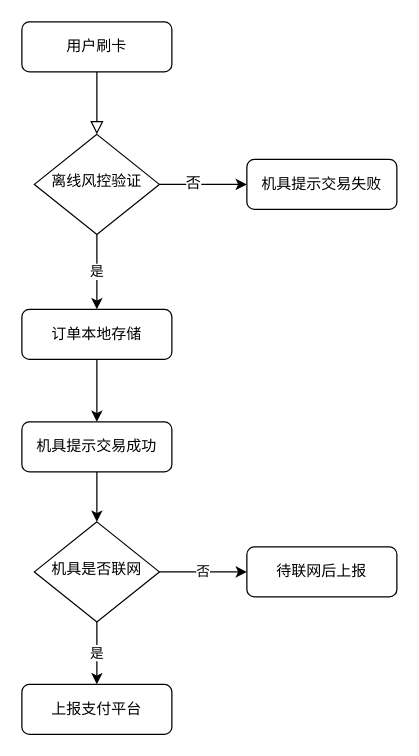
cybfly/SkyWalker keeps this draw.io diagram as 未命名绘图.drawio. Above is the earlier version. Source tidied: cells renumbered, new cells numbered last; positions are measured from the earlier drawing's top-left corner, leaving out a move shared by most shapes. Both pictures are drawn from the tidied source at 125%, with x=0, y=0 at pixel (21, 21).
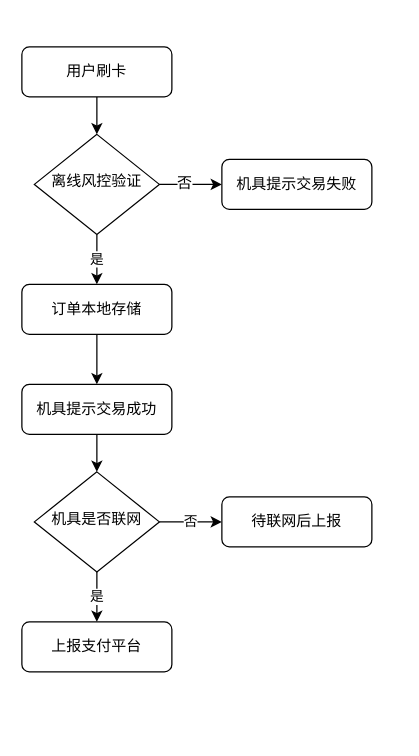
After the change.

The edit, as a diff of the source:
```diff
@@
 <mxGraphModel>
   <root>
     <mxCell id="0" />
     <mxCell id="1" parent="0" />
-    <mxCell id="2" style="rounded=0;html=1;jettySize=auto;fontSize=11;endArrow=block;endFill=0;endSize=8;strokeWidth=1;shadow=0;labelBackgroundColor=none;edgeStyle=orthogonalEdgeStyle;" parent="1" edge="1" source="3" target="7">
+    <mxCell id="2" style="edgeStyle=orthogonalEdgeStyle;rounded=0;jettySize=auto;html=1;exitX=0.5;exitY=1;exitDx=0;exitDy=0;entryX=0.5;entryY=0;entryDx=0;entryDy=0;" parent="1" edge="1" source="3" target="7">
       <mxGeometry relative="1" as="geometry" />
     </mxCell>
     <mxCell id="3" value="用户刷卡" style="rounded=1;whiteSpace=wrap;html=1;fontSize=12;glass=0;strokeWidth=1;shadow=0;" parent="1" vertex="1">
-      <mxGeometry width="120" height="40" as="geometry" />
+      <mxGeometry y="20" width="120" height="40" as="geometry" />
     </mxCell>
     <mxCell id="4" style="edgeStyle=orthogonalEdgeStyle;rounded=0;jettySize=auto;html=1;exitX=1;exitY=0.5;exitDx=0;exitDy=0;entryX=0;entryY=0.5;entryDx=0;entryDy=0;" parent="1" edge="1" source="7" target="8">
       <mxGeometry relative="1" as="geometry" />
     </mxCell>
     <mxCell id="5" value="否" style="text;html=1;align=center;verticalAlign=middle;labelBackgroundColor=#ffffff;" parent="4" vertex="1">
       <mxGeometry x="-0.25" y="2" relative="1" as="geometry" />
     </mxCell>
     <mxCell id="6" value="是" style="edgeStyle=orthogonalEdgeStyle;rounded=0;jettySize=auto;html=1;exitX=0.5;exitY=1;exitDx=0;exitDy=0;entryX=0.5;entryY=0;entryDx=0;entryDy=0;" parent="1" edge="1" source="7" target="15">
       <mxGeometry relative="1" as="geometry" />
     </mxCell>
     <mxCell id="7" value="离线风控验证" style="rhombus;whiteSpace=wrap;html=1;shadow=0;fontFamily=Helvetica;fontSize=12;align=center;strokeWidth=1;spacing=6;spacingTop=-4;" parent="1" vertex="1">
       <mxGeometry x="10" y="90" width="100" height="80" as="geometry" />
     </mxCell>
     <mxCell id="8" value="机具提示交易失败" style="rounded=1;whiteSpace=wrap;html=1;fontSize=12;glass=0;strokeWidth=1;shadow=0;" parent="1" vertex="1">
-      <mxGeometry x="180" y="110" width="120" height="40" as="geometry" />
+      <mxGeometry x="160" y="110" width="120" height="40" as="geometry" />
     </mxCell>
     <mxCell id="9" value="是" style="edgeStyle=orthogonalEdgeStyle;rounded=0;jettySize=auto;html=1;entryX=0.5;entryY=0;entryDx=0;entryDy=0;" parent="1" edge="1" source="11" target="12">
       <mxGeometry relative="1" as="geometry" />
     </mxCell>
     <mxCell id="10" value="否" style="edgeStyle=orthogonalEdgeStyle;rounded=0;jettySize=auto;html=1;exitX=1;exitY=0.5;exitDx=0;exitDy=0;" parent="1" edge="1" source="11" target="13">
       <mxGeometry relative="1" as="geometry" />
     </mxCell>
     <mxCell id="11" value="机具是否联网" style="rhombus;whiteSpace=wrap;html=1;shadow=0;fontFamily=Helvetica;fontSize=12;align=center;strokeWidth=1;spacing=6;spacingTop=-4;" parent="1" vertex="1">
-      <mxGeometry x="10" y="400" width="100" height="80" as="geometry" />
+      <mxGeometry x="10" y="360" width="100" height="80" as="geometry" />
     </mxCell>
     <mxCell id="12" value="上报支付平台" style="rounded=1;whiteSpace=wrap;html=1;fontSize=12;glass=0;strokeWidth=1;shadow=0;" parent="1" vertex="1">
-      <mxGeometry y="530" width="120" height="40" as="geometry" />
+      <mxGeometry y="480" width="120" height="40" as="geometry" />
     </mxCell>
     <mxCell id="13" value="待联网后上报" style="rounded=1;whiteSpace=wrap;html=1;fontSize=12;glass=0;strokeWidth=1;shadow=0;" parent="1" vertex="1">
-      <mxGeometry x="180" y="420" width="120" height="40" as="geometry" />
+      <mxGeometry x="160" y="380" width="120" height="40" as="geometry" />
     </mxCell>
     <mxCell id="14" style="edgeStyle=orthogonalEdgeStyle;rounded=0;jettySize=auto;html=1;exitX=0.5;exitY=1;exitDx=0;exitDy=0;entryX=0.5;entryY=0;entryDx=0;entryDy=0;" parent="1" edge="1" source="15" target="17">
       <mxGeometry relative="1" as="geometry" />
     </mxCell>
     <mxCell id="15" value="订单本地存储" style="rounded=1;whiteSpace=wrap;html=1;fontSize=12;glass=0;strokeWidth=1;shadow=0;" parent="1" vertex="1">
-      <mxGeometry y="230" width="120" height="40" as="geometry" />
+      <mxGeometry y="210" width="120" height="40" as="geometry" />
     </mxCell>
     <mxCell id="16" style="edgeStyle=orthogonalEdgeStyle;rounded=0;jettySize=auto;html=1;entryX=0.5;entryY=0;entryDx=0;entryDy=0;" parent="1" edge="1" source="17" target="11">
       <mxGeometry relative="1" as="geometry" />
     </mxCell>
     <mxCell id="17" value="机具提示交易成功" style="rounded=1;whiteSpace=wrap;html=1;fontSize=12;glass=0;strokeWidth=1;shadow=0;" parent="1" vertex="1">
-      <mxGeometry y="320" width="120" height="40" as="geometry" />
+      <mxGeometry y="290" width="120" height="40" as="geometry" />
     </mxCell>
   </root>
 </mxGraphModel>
```
